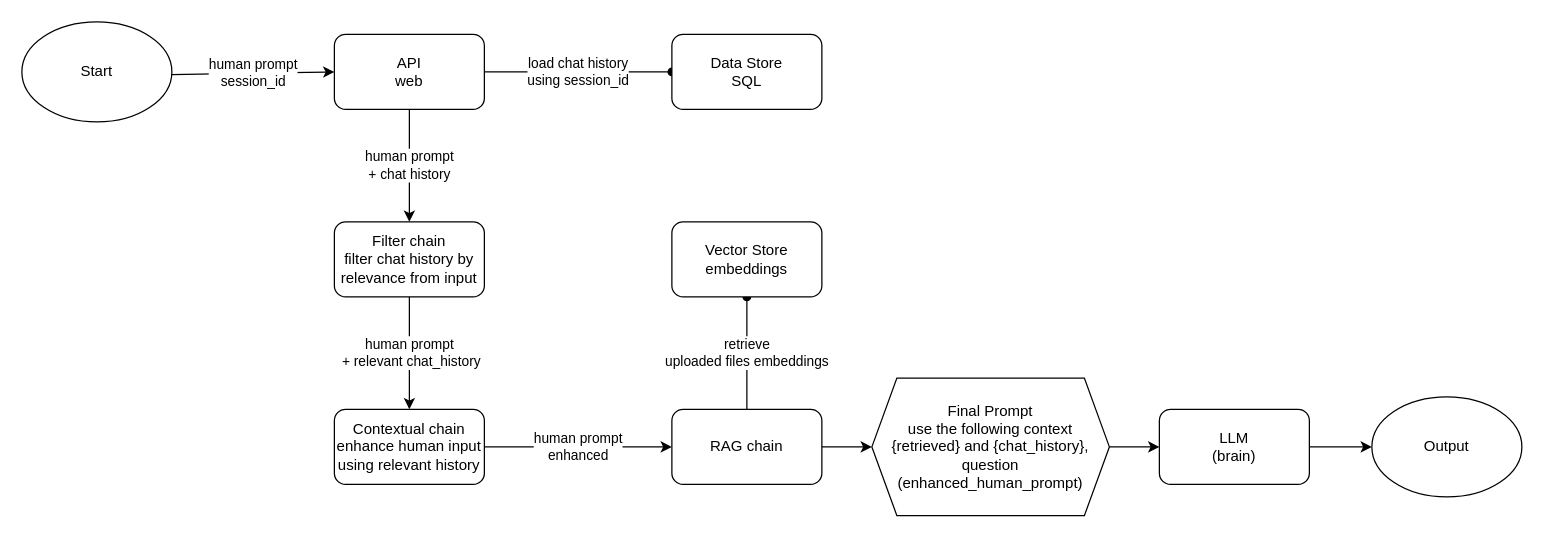
Before: src/diagram.drawio in reke592/practice-lang, a draw.io diagram. Source tidied: cells renumbered, new cells numbered last; positions are measured from the earlier drawing's top-left corner, leaving out a move shared by most shapes. Both pictures are drawn from the tidied source at 125%, with x=0, y=0 at pixel (21, 21).
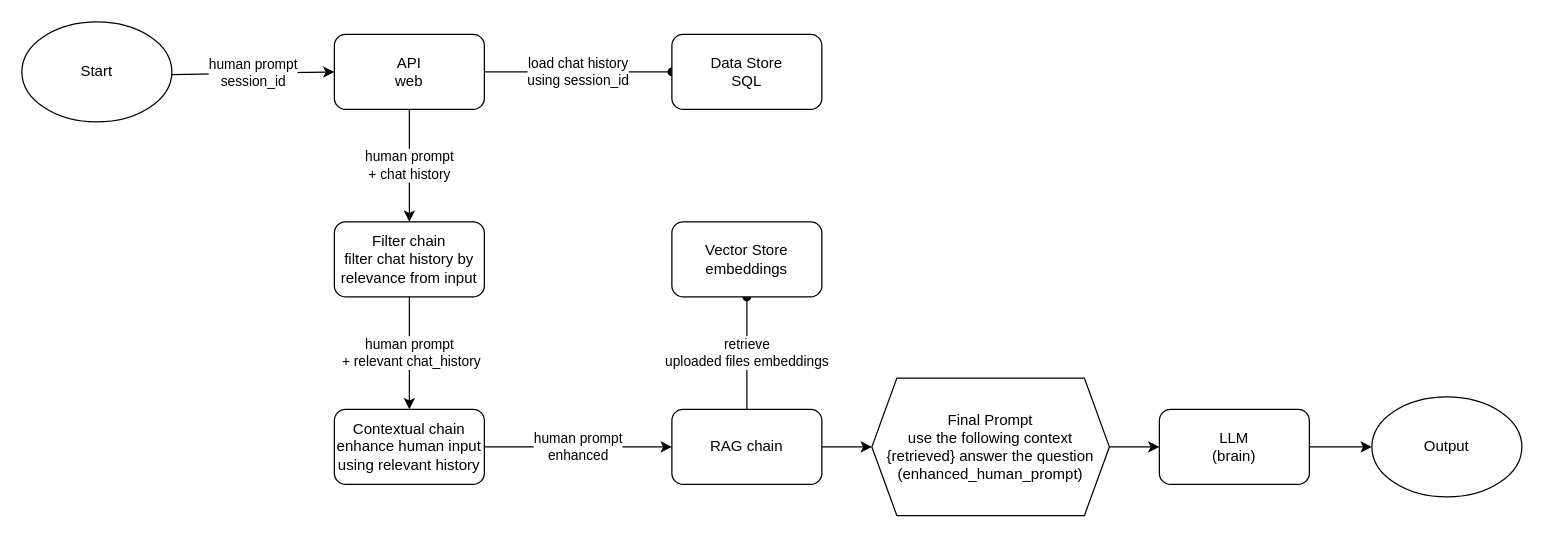
The same diagram, later.

Diff of the diagram source:
```diff
@@
-    <mxCell id="17" value="Final Prompt&lt;div&gt;use the following context {retrieved} and {chat_history}, question (enhanced_human_prompt)&lt;/div&gt;" style="shape=hexagon;perimeter=hexagonPerimeter2;whiteSpace=wrap;html=1;fixedSize=1;" parent="1" vertex="1">
+    <mxCell id="17" value="Final Prompt&lt;div&gt;use the following context {retrieved} answer the question (enhanced_human_prompt)&lt;/div&gt;" style="shape=hexagon;perimeter=hexagonPerimeter2;whiteSpace=wrap;html=1;fixedSize=1;" parent="1" vertex="1">
       <mxGeometry x="680" y="285" width="190" height="110" as="geometry" />
     </mxCell>
```
